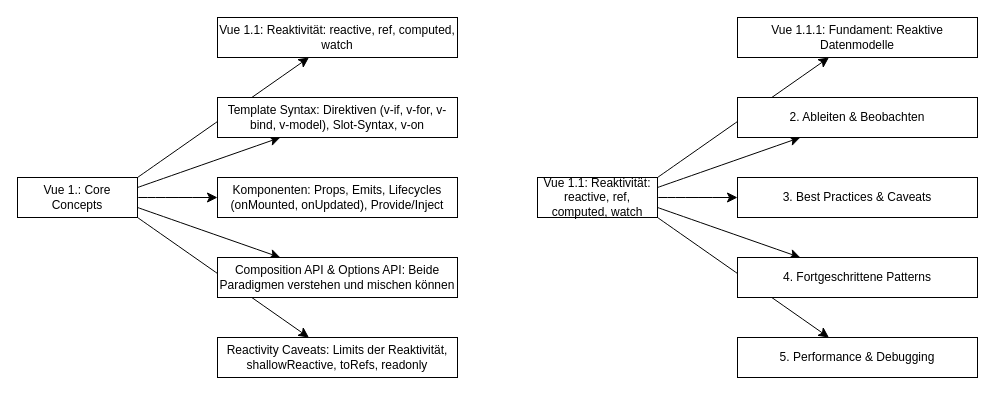
Before: vue_1_core_concepts.drawio in kephalosk/drawio-diagrams, a draw.io diagram. Source tidied: cells renumbered, new cells numbered last; positions are measured from the earlier drawing's top-left corner, leaving out a move shared by most shapes. Both pictures are drawn from the tidied source at 100%, with x=0, y=0 at pixel (17, 17).
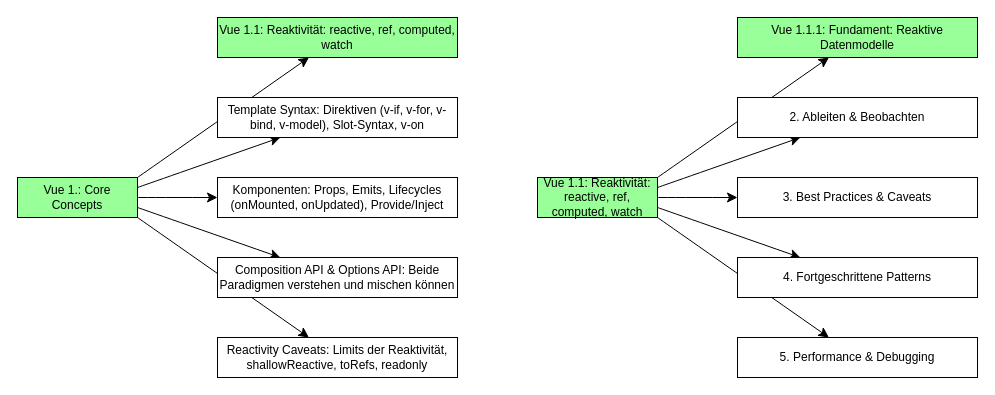
The same diagram, later.

What changed in the source:
```diff
@@
-    <mxCell id="7" value="Vue 1.: Core Concepts" style="rounded=0;whiteSpace=wrap;html=1;" parent="1" vertex="1">
+    <mxCell id="7" value="Vue 1.: Core Concepts" style="rounded=0;whiteSpace=wrap;html=1;fillColor=#99FF99;" parent="1" vertex="1">
       <mxGeometry y="160" width="120" height="40" as="geometry" />
     </mxCell>
-    <mxCell id="8" value="Vue 1.1: Reaktivität: reactive, ref, computed, watch" style="rounded=0;whiteSpace=wrap;html=1;" parent="1" vertex="1">
+    <mxCell id="8" value="Vue 1.1: Reaktivität: reactive, ref, computed, watch" style="rounded=0;whiteSpace=wrap;html=1;fillColor=#99FF99;" parent="1" vertex="1">
       <mxGeometry x="200" width="240" height="40" as="geometry" />
     </mxCell>
@@
-    <mxCell id="18" value="Vue 1.1: Reaktivität: reactive, ref, computed, watch" style="rounded=0;whiteSpace=wrap;html=1;" parent="1" vertex="1">
+    <mxCell id="18" value="Vue 1.1: Reaktivität: reactive, ref, computed, watch" style="rounded=0;whiteSpace=wrap;html=1;fillColor=#99FF99;" parent="1" vertex="1">
       <mxGeometry x="520" y="160" width="120" height="40" as="geometry" />
     </mxCell>
-    <mxCell id="19" value="Vue 1.1.1: Fundament: Reaktive Datenmodelle" style="rounded=0;whiteSpace=wrap;html=1;" parent="1" vertex="1">
+    <mxCell id="19" value="Vue 1.1.1: Fundament: Reaktive Datenmodelle" style="rounded=0;whiteSpace=wrap;html=1;fillColor=#99FF99;" parent="1" vertex="1">
       <mxGeometry x="720" width="240" height="40" as="geometry" />
     </mxCell>
```
